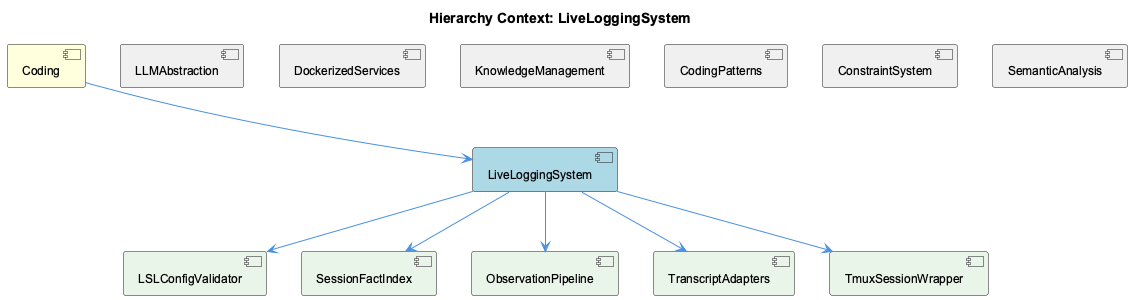
Above: knowledge-management/insights/images/live-logging-system-relationship.png in fwornle/coding (PlantUML), before the change.
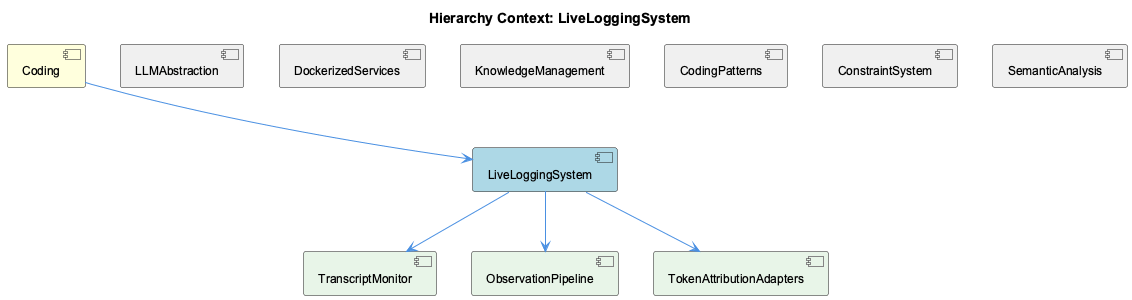
The same diagram one commit later.

Change to the diagram source:
```diff
@@ -11,11 +11,9 @@
 [CodingPatterns] as coding_patterns #F0F0F0
 [ConstraintSystem] as constraint_system #F0F0F0
 [SemanticAnalysis] as semantic_analysis #F0F0F0
-[LSLConfigValidator] as lslconfig_validator #E8F5E8
-[SessionFactIndex] as session_fact_index #E8F5E8
+[TranscriptMonitor] as transcript_monitor #E8F5E8
 [ObservationPipeline] as observation_pipeline #E8F5E8
-[TranscriptAdapters] as transcript_adapters #E8F5E8
-[TmuxSessionWrapper] as tmux_session_wrapper #E8F5E8
+[TokenAttributionAdapters] as token_attribution_adapters #E8F5E8
 
 coding --> live_logging_system
 llmabstraction -[hidden]- live_logging_system
@@ -24,10 +22,8 @@
 coding_patterns -[hidden]- live_logging_system
 constraint_system -[hidden]- live_logging_system
 semantic_analysis -[hidden]- live_logging_system
-live_logging_system --> lslconfig_validator
-live_logging_system --> session_fact_index
+live_logging_system --> transcript_monitor
 live_logging_system --> observation_pipeline
-live_logging_system --> transcript_adapters
-live_logging_system --> tmux_session_wrapper
+live_logging_system --> token_attribution_adapters
 
 @enduml
```
